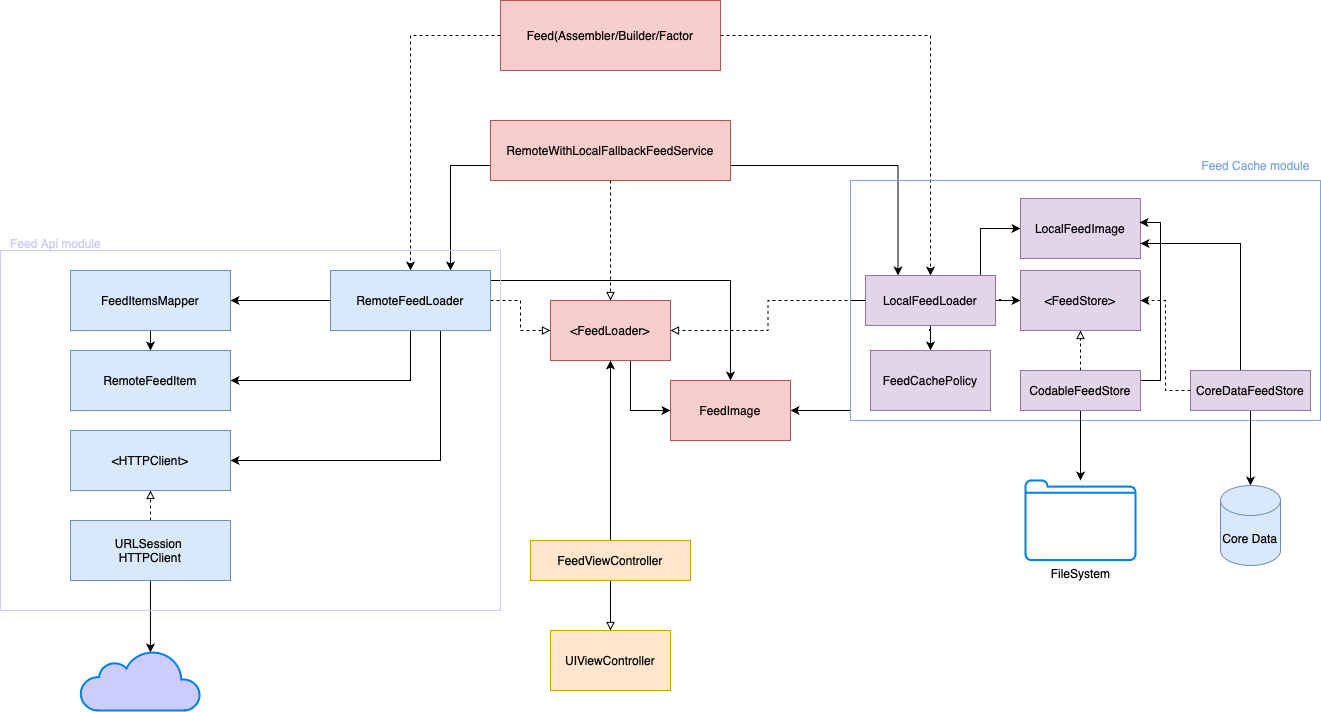
This is Diagrams/Feed Module Diagram.drawio.png from Galih94/EssentialFeed, a draw.io export, as it was before one commit. Source tidied: cells renumbered, new cells last; positions are measured from the earlier drawing's top-left corner, leaving out a move shared by most shapes.
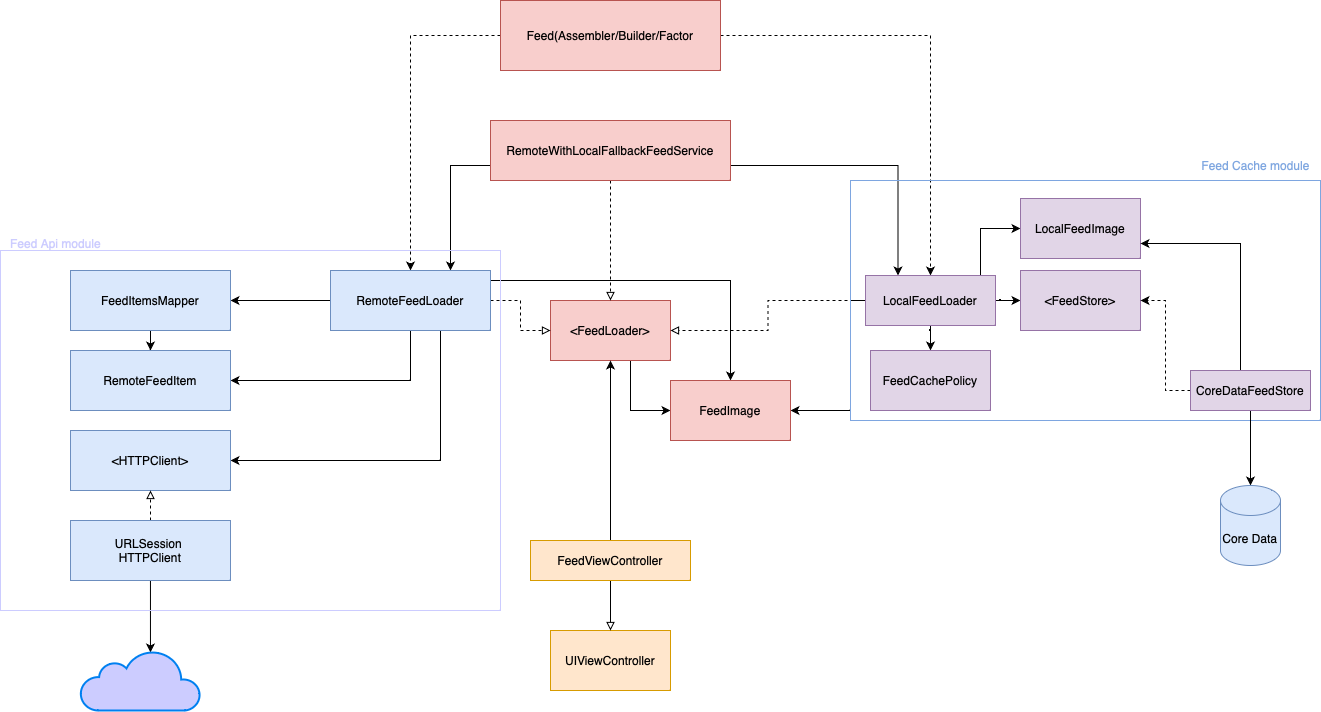
The same diagram one commit later.

Commit message:
feat(Diagrams): update diagrams remove CodableFeedStore

Diff of the diagram source:
```diff
@@ -154,26 +154,6 @@
     <mxCell id="42" value="FeedCachePolicy" style="rounded=0;whiteSpace=wrap;html=1;fillColor=#e1d5e7;strokeColor=#9673a6;" parent="1" vertex="1">
       <mxGeometry x="870" y="350" width="120" height="60" as="geometry" />
     </mxCell>
-    <mxCell id="43" style="edgeStyle=orthogonalEdgeStyle;rounded=0;jettySize=auto;html=1;entryX=0.992;entryY=0.4;entryDx=0;entryDy=0;entryPerimeter=0;" parent="1" edge="1" source="46" target="41">
-      <mxGeometry relative="1" as="geometry">
-        <Array as="points">
-          <mxPoint x="1160" y="380" />
-          <mxPoint x="1160" y="222" />
-        </Array>
-      </mxGeometry>
-    </mxCell>
-    <mxCell id="44" style="edgeStyle=orthogonalEdgeStyle;rounded=0;jettySize=auto;html=1;" parent="1" edge="1" source="46" target="47">
-      <mxGeometry relative="1" as="geometry" />
-    </mxCell>
-    <mxCell id="45" style="edgeStyle=orthogonalEdgeStyle;rounded=0;jettySize=auto;html=1;dashed=1;endArrow=block;endFill=0;" parent="1" edge="1" source="46" target="36">
-      <mxGeometry relative="1" as="geometry" />
-    </mxCell>
-    <mxCell id="46" value="CodableFeedStore" style="rounded=0;whiteSpace=wrap;html=1;fillColor=#e1d5e7;strokeColor=#9673a6;" parent="1" vertex="1">
-      <mxGeometry x="1020" y="370" width="120" height="40" as="geometry" />
-    </mxCell>
-    <mxCell id="47" value="FileSystem" style="html=1;verticalLabelPosition=bottom;align=center;labelBackgroundColor=#ffffff;verticalAlign=top;strokeWidth=2;strokeColor=#0080F0;shadow=0;dashed=0;shape=mxgraph.ios7.icons.folder;" parent="1" vertex="1">
-      <mxGeometry x="1025" y="480" width="110" height="79.5" as="geometry" />
-    </mxCell>
     <mxCell id="48" style="edgeStyle=orthogonalEdgeStyle;rounded=0;jettySize=auto;html=1;entryX=1;entryY=0.5;entryDx=0;entryDy=0;dashed=1;" parent="1" edge="1" source="51" target="36">
       <mxGeometry relative="1" as="geometry" />
     </mxCell>
```
